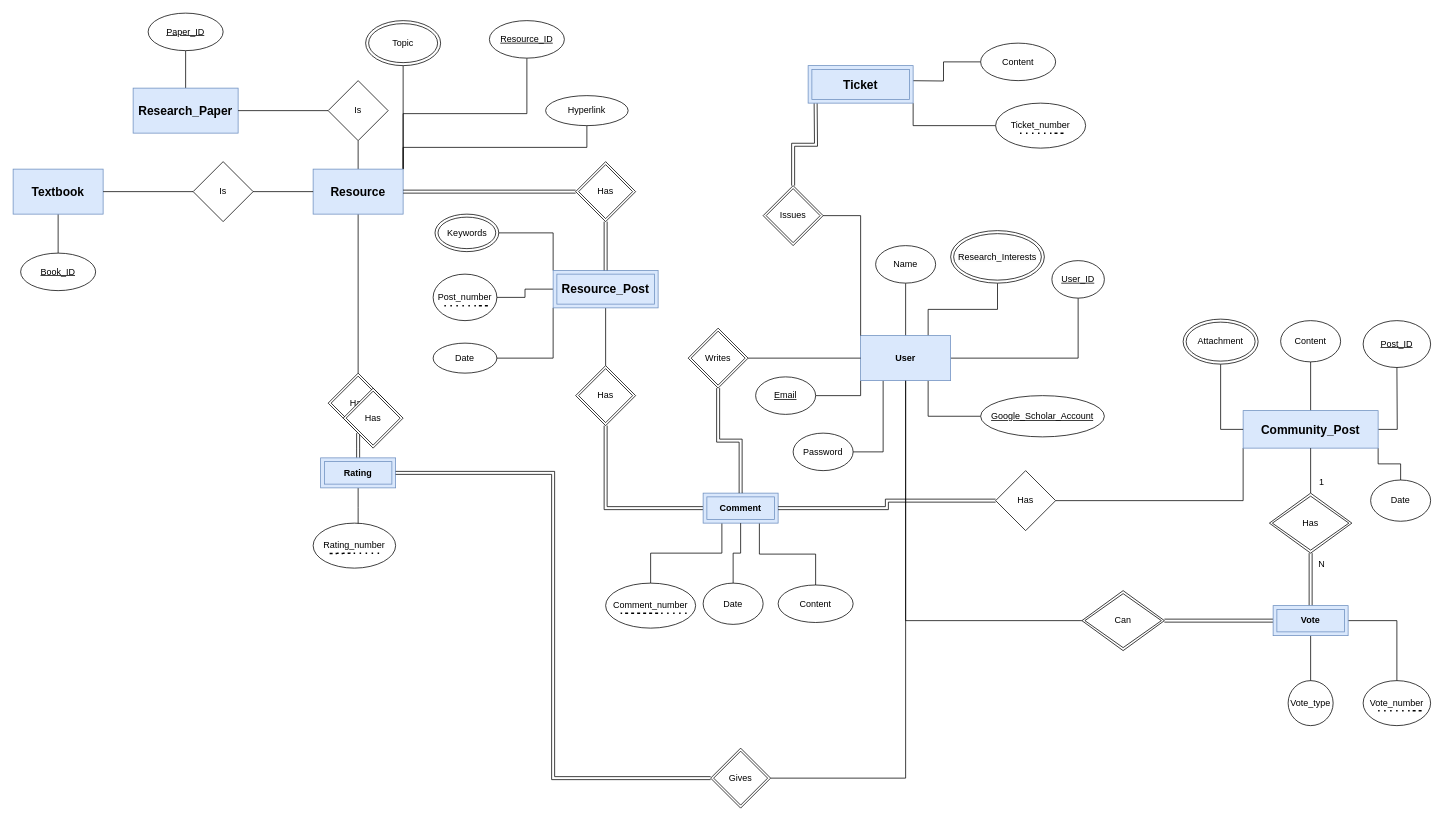
The draw.io diagram ER Diagram.drawio in muhammed-ayman/ScholarStack, before the edit. Source tidied: cells renumbered, new cells numbered last; positions are measured from the earlier drawing's top-left corner, leaving out a move shared by most shapes. Both pictures are drawn from the tidied source at 75%, with x=0, y=0 at pixel (13, 13).
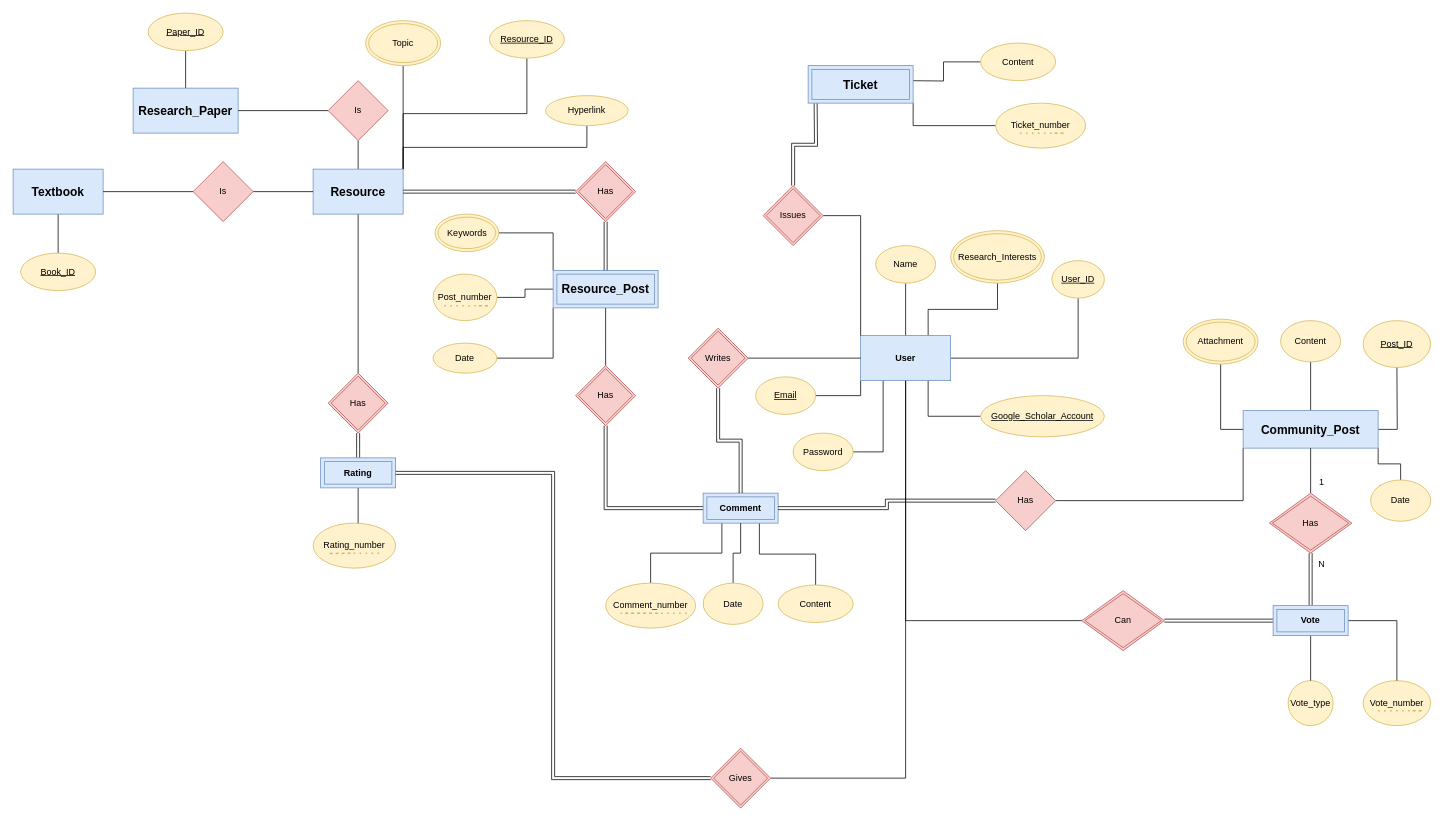
After the change.

Commit message:
added background colors to attributes and relationships

What changed in the source:
```diff
@@
-    <mxCell id="30" value="Vote_number" style="ellipse;whiteSpace=wrap;html=1;" parent="1" vertex="1">
+    <mxCell id="30" value="Vote_number" style="ellipse;whiteSpace=wrap;html=1;fillColor=#fff2cc;strokeColor=#d6b656;" parent="1" vertex="1">
       <mxGeometry x="1800" y="890" width="90" height="60" as="geometry" />
     </mxCell>
@@
-    <mxCell id="34" value="Has" style="shape=rhombus;double=1;perimeter=rhombusPerimeter;whiteSpace=wrap;html=1;align=center;" parent="1" vertex="1">
+    <mxCell id="34" value="Has" style="shape=rhombus;double=1;perimeter=rhombusPerimeter;whiteSpace=wrap;html=1;align=center;fillColor=#f8cecc;strokeColor=#b85450;" parent="1" vertex="1">
       <mxGeometry x="1675" y="640" width="110" height="80" as="geometry" />
     </mxCell>
-    <mxCell id="35" style="endArrow=none;dashed=1;html=1;dashPattern=1 3;strokeWidth=2;rounded=0;" parent="1" edge="1">
+    <mxCell id="35" style="endArrow=none;dashed=1;html=1;dashPattern=1 3;strokeWidth=2;rounded=0;fillColor=#fff2cc;strokeColor=#d6b656;" parent="1" edge="1">
       <mxGeometry relative="1" as="geometry">
         <mxPoint x="1820" y="930" as="sourcePoint" />
         <mxPoint x="1860" y="930" as="targetPoint" />
         <Array as="points">
           <mxPoint x="1880" y="930" />
         </Array>
       </mxGeometry>
     </mxCell>
-    <mxCell id="36" value="Vote_type" style="ellipse;whiteSpace=wrap;html=1;" parent="1" vertex="1">
+    <mxCell id="36" value="Vote_type" style="ellipse;whiteSpace=wrap;html=1;fillColor=#fff2cc;strokeColor=#d6b656;" parent="1" vertex="1">
       <mxGeometry x="1700" y="890" width="60" height="60" as="geometry" />
     </mxCell>
@@
-    <mxCell id="39" value="&lt;u&gt;User_ID&lt;/u&gt;" style="ellipse;whiteSpace=wrap;html=1;rounded=0;" parent="1" vertex="1">
+    <mxCell id="39" value="&lt;u&gt;User_ID&lt;/u&gt;" style="ellipse;whiteSpace=wrap;html=1;rounded=0;fillColor=#fff2cc;strokeColor=#d6b656;" parent="1" vertex="1">
       <mxGeometry x="1385" y="330" width="70" height="50" as="geometry" />
     </mxCell>
-    <mxCell id="40" value="Name" style="ellipse;whiteSpace=wrap;html=1;rounded=0;" parent="1" vertex="1">
+    <mxCell id="40" value="Name" style="ellipse;whiteSpace=wrap;html=1;rounded=0;fillColor=#fff2cc;strokeColor=#d6b656;" parent="1" vertex="1">
       <mxGeometry x="1150" y="310" width="80" height="50" as="geometry" />
     </mxCell>
-    <mxCell id="41" value="Google_Scholar_Account" style="ellipse;html=1;rounded=0;whiteSpace=wrap;fontStyle=4;" parent="1" vertex="1">
+    <mxCell id="41" value="Google_Scholar_Account" style="ellipse;html=1;rounded=0;whiteSpace=wrap;fontStyle=4;fillColor=#fff2cc;strokeColor=#d6b656;" parent="1" vertex="1">
       <mxGeometry x="1290" y="510" width="165" height="55" as="geometry" />
     </mxCell>
-    <mxCell id="42" value="&lt;span style=&quot;color: rgb(0, 0, 0); font-family: Helvetica; font-size: 12px; font-style: normal; font-variant-ligatures: normal; font-variant-caps: normal; font-weight: 400; letter-spacing: normal; orphans: 2; text-align: center; text-indent: 0px; text-transform: none; widows: 2; word-spacing: 0px; -webkit-text-stroke-width: 0px; background-color: rgb(251, 251, 251); text-decoration-thickness: initial; text-decoration-style: initial; text-decoration-color: initial; float: none; display: inline !important;&quot;&gt;Research_Interests&lt;/span&gt;" style="ellipse;shape=doubleEllipse;whiteSpace=wrap;html=1;" parent="1" vertex="1">
+    <mxCell id="42" value="&lt;span style=&quot;color: rgb(0, 0, 0); font-family: Helvetica; font-size: 12px; font-style: normal; font-variant-ligatures: normal; font-variant-caps: normal; font-weight: 400; letter-spacing: normal; orphans: 2; text-align: center; text-indent: 0px; text-transform: none; widows: 2; word-spacing: 0px; -webkit-text-stroke-width: 0px; text-decoration-thickness: initial; text-decoration-style: initial; text-decoration-color: initial; float: none; display: inline !important;&quot;&gt;Research_Interests&lt;/span&gt;" style="ellipse;shape=doubleEllipse;whiteSpace=wrap;html=1;fillColor=#fff2cc;strokeColor=#d6b656;labelBackgroundColor=none;" parent="1" vertex="1">
       <mxGeometry x="1250" y="290" width="125" height="70" as="geometry" />
     </mxCell>
-    <mxCell id="43" value="Can" style="shape=rhombus;double=1;perimeter=rhombusPerimeter;whiteSpace=wrap;html=1;align=center;" parent="1" vertex="1">
+    <mxCell id="43" value="Can" style="shape=rhombus;double=1;perimeter=rhombusPerimeter;whiteSpace=wrap;html=1;align=center;fillColor=#f8cecc;strokeColor=#b85450;" parent="1" vertex="1">
       <mxGeometry x="1425" y="770" width="110" height="80" as="geometry" />
     </mxCell>
-    <mxCell id="44" value="Content" style="ellipse;whiteSpace=wrap;html=1;rounded=0;" parent="1" vertex="1">
+    <mxCell id="44" value="Content" style="ellipse;whiteSpace=wrap;html=1;rounded=0;fillColor=#fff2cc;strokeColor=#d6b656;" parent="1" vertex="1">
       <mxGeometry x="1690" y="410" width="80" height="55" as="geometry" />
     </mxCell>
@@
-    <mxCell id="46" value="Is" style="rhombus;whiteSpace=wrap;html=1;" parent="1" vertex="1">
+    <mxCell id="46" value="Is" style="rhombus;whiteSpace=wrap;html=1;fillColor=#f8cecc;strokeColor=#b85450;" parent="1" vertex="1">
       <mxGeometry x="420" y="90" width="80" height="80" as="geometry" />
     </mxCell>
@@
-    <mxCell id="49" value="Is" style="rhombus;whiteSpace=wrap;html=1;" parent="1" vertex="1">
+    <mxCell id="49" value="Is" style="rhombus;whiteSpace=wrap;html=1;fillColor=#f8cecc;strokeColor=#b85450;" parent="1" vertex="1">
       <mxGeometry x="240" y="198" width="80" height="80" as="geometry" />
     </mxCell>
-    <mxCell id="50" value="Has" style="shape=rhombus;double=1;perimeter=rhombusPerimeter;whiteSpace=wrap;html=1;align=center;" parent="1" vertex="1">
+    <mxCell id="50" value="Has" style="shape=rhombus;double=1;perimeter=rhombusPerimeter;whiteSpace=wrap;html=1;align=center;fillColor=#f8cecc;strokeColor=#b85450;" parent="1" vertex="1">
       <mxGeometry x="420" y="480" width="80" height="80" as="geometry" />
     </mxCell>
@@
-    <mxCell id="60" value="Has" style="shape=rhombus;double=1;perimeter=rhombusPerimeter;whiteSpace=wrap;html=1;align=center;" parent="1" vertex="1">
+    <mxCell id="60" value="Has" style="shape=rhombus;double=1;perimeter=rhombusPerimeter;whiteSpace=wrap;html=1;align=center;fillColor=#f8cecc;strokeColor=#b85450;" parent="1" vertex="1">
       <mxGeometry x="750" y="198" width="80" height="80" as="geometry" />
     </mxCell>
@@
-    <mxCell id="62" value="Has" style="shape=rhombus;double=1;perimeter=rhombusPerimeter;whiteSpace=wrap;html=1;align=center;" parent="1" vertex="1">
+    <mxCell id="62" value="Has" style="shape=rhombus;double=1;perimeter=rhombusPerimeter;whiteSpace=wrap;html=1;align=center;fillColor=#f8cecc;strokeColor=#b85450;" parent="1" vertex="1">
       <mxGeometry x="750" y="470" width="80" height="80" as="geometry" />
     </mxCell>
@@
-    <mxCell id="68" value="Writes" style="shape=rhombus;double=1;perimeter=rhombusPerimeter;whiteSpace=wrap;html=1;align=center;" parent="1" vertex="1">
+    <mxCell id="68" value="Writes" style="shape=rhombus;double=1;perimeter=rhombusPerimeter;whiteSpace=wrap;html=1;align=center;fillColor=#f8cecc;strokeColor=#b85450;" parent="1" vertex="1">
       <mxGeometry x="900" y="420" width="80" height="80" as="geometry" />
     </mxCell>
@@
-    <mxCell id="71" value="Issues" style="shape=rhombus;double=1;perimeter=rhombusPerimeter;whiteSpace=wrap;html=1;align=center;" parent="1" vertex="1">
+    <mxCell id="71" value="Issues" style="shape=rhombus;double=1;perimeter=rhombusPerimeter;whiteSpace=wrap;html=1;align=center;fillColor=#f8cecc;strokeColor=#b85450;" parent="1" vertex="1">
       <mxGeometry x="1000" y="230" width="80" height="80" as="geometry" />
     </mxCell>
@@
-    <mxCell id="73" value="Attachment" style="ellipse;shape=doubleEllipse;whiteSpace=wrap;html=1;" parent="1" vertex="1">
+    <mxCell id="73" value="Attachment" style="ellipse;shape=doubleEllipse;whiteSpace=wrap;html=1;fillColor=#fff2cc;strokeColor=#d6b656;" parent="1" vertex="1">
       <mxGeometry x="1560" y="408" width="100" height="60" as="geometry" />
     </mxCell>
-    <mxCell id="74" value="Post_ID" style="ellipse;whiteSpace=wrap;html=1;fontStyle=4;" parent="1" vertex="1">
+    <mxCell id="74" value="Post_ID" style="ellipse;whiteSpace=wrap;html=1;fontStyle=4;fillColor=#fff2cc;strokeColor=#d6b656;" parent="1" vertex="1">
       <mxGeometry x="1800" y="410" width="90" height="62.5" as="geometry" />
     </mxCell>
-    <mxCell id="75" value="Email" style="ellipse;whiteSpace=wrap;html=1;fontStyle=4;" parent="1" vertex="1">
+    <mxCell id="75" value="Email" style="ellipse;whiteSpace=wrap;html=1;fontStyle=4;fillColor=#fff2cc;strokeColor=#d6b656;" parent="1" vertex="1">
       <mxGeometry x="990" y="485" width="80" height="50" as="geometry" />
     </mxCell>
-    <mxCell id="76" value="Password" style="ellipse;whiteSpace=wrap;html=1;" parent="1" vertex="1">
+    <mxCell id="76" value="Password" style="ellipse;whiteSpace=wrap;html=1;fillColor=#fff2cc;strokeColor=#d6b656;" parent="1" vertex="1">
       <mxGeometry x="1040" y="560" width="80" height="50" as="geometry" />
     </mxCell>
-    <mxCell id="77" value="Content" style="ellipse;whiteSpace=wrap;html=1;" parent="1" vertex="1">
+    <mxCell id="77" value="Content" style="ellipse;whiteSpace=wrap;html=1;fillColor=#fff2cc;strokeColor=#d6b656;" parent="1" vertex="1">
       <mxGeometry x="1290" y="40" width="100" height="50" as="geometry" />
     </mxCell>
-    <mxCell id="78" value="Content" style="ellipse;whiteSpace=wrap;html=1;" parent="1" vertex="1">
+    <mxCell id="78" value="Content" style="ellipse;whiteSpace=wrap;html=1;fillColor=#fff2cc;strokeColor=#d6b656;" parent="1" vertex="1">
       <mxGeometry x="1020" y="762.5" width="100" height="50" as="geometry" />
     </mxCell>
-    <mxCell id="79" value="Date" style="ellipse;whiteSpace=wrap;html=1;" parent="1" vertex="1">
+    <mxCell id="79" value="Date" style="ellipse;whiteSpace=wrap;html=1;fillColor=#fff2cc;strokeColor=#d6b656;" parent="1" vertex="1">
       <mxGeometry x="560" y="440" width="85" height="40" as="geometry" />
     </mxCell>
-    <mxCell id="80" value="Keywords" style="ellipse;shape=doubleEllipse;whiteSpace=wrap;html=1;" parent="1" vertex="1">
+    <mxCell id="80" value="Keywords" style="ellipse;shape=doubleEllipse;whiteSpace=wrap;html=1;fillColor=#fff2cc;strokeColor=#d6b656;" parent="1" vertex="1">
       <mxGeometry x="562.5" y="268" width="85" height="50" as="geometry" />
     </mxCell>
-    <mxCell id="81" value="Hyperlink" style="ellipse;whiteSpace=wrap;html=1;" parent="1" vertex="1">
+    <mxCell id="81" value="Hyperlink" style="ellipse;whiteSpace=wrap;html=1;fillColor=#fff2cc;strokeColor=#d6b656;" parent="1" vertex="1">
       <mxGeometry x="710" y="110" width="110" height="40" as="geometry" />
     </mxCell>
-    <mxCell id="82" value="Topic" style="ellipse;shape=doubleEllipse;whiteSpace=wrap;html=1;" parent="1" vertex="1">
+    <mxCell id="82" value="Topic" style="ellipse;shape=doubleEllipse;whiteSpace=wrap;html=1;fillColor=#fff2cc;strokeColor=#d6b656;" parent="1" vertex="1">
       <mxGeometry x="470" y="10" width="100" height="60" as="geometry" />
     </mxCell>
-    <mxCell id="83" value="Paper_ID" style="ellipse;whiteSpace=wrap;html=1;fontStyle=4;" parent="1" vertex="1">
+    <mxCell id="83" value="Paper_ID" style="ellipse;whiteSpace=wrap;html=1;fontStyle=4;fillColor=#fff2cc;strokeColor=#d6b656;" parent="1" vertex="1">
       <mxGeometry x="180" width="100" height="50" as="geometry" />
     </mxCell>
-    <mxCell id="84" value="Book_ID" style="ellipse;whiteSpace=wrap;html=1;fontStyle=4;" parent="1" vertex="1">
+    <mxCell id="84" value="Book_ID" style="ellipse;whiteSpace=wrap;html=1;fontStyle=4;fillColor=#fff2cc;strokeColor=#d6b656;" parent="1" vertex="1">
       <mxGeometry x="10" y="320" width="100" height="50" as="geometry" />
     </mxCell>
-    <mxCell id="85" value="Resource_ID" style="ellipse;whiteSpace=wrap;html=1;fontStyle=4;" parent="1" vertex="1">
+    <mxCell id="85" value="Resource_ID" style="ellipse;whiteSpace=wrap;html=1;fontStyle=4;fillColor=#fff2cc;strokeColor=#d6b656;" parent="1" vertex="1">
       <mxGeometry x="635" y="10" width="100" height="50" as="geometry" />
     </mxCell>
-    <mxCell id="86" value="Comment_number" style="ellipse;whiteSpace=wrap;html=1;" parent="1" vertex="1">
+    <mxCell id="86" value="Comment_number" style="ellipse;whiteSpace=wrap;html=1;fillColor=#fff2cc;strokeColor=#d6b656;" parent="1" vertex="1">
       <mxGeometry x="790" y="760" width="120" height="60" as="geometry" />
     </mxCell>
-    <mxCell id="87" style="endArrow=none;dashed=1;html=1;dashPattern=1 3;strokeWidth=2;rounded=0;" parent="1" edge="1">
+    <mxCell id="87" style="endArrow=none;dashed=1;html=1;dashPattern=1 3;strokeWidth=2;rounded=0;fillColor=#fff2cc;strokeColor=#d6b656;" parent="1" edge="1">
       <mxGeometry relative="1" as="geometry">
         <mxPoint x="860" y="800" as="sourcePoint" />
         <mxPoint x="900" y="800" as="targetPoint" />
         <Array as="points">
           <mxPoint x="810" y="800" />
         </Array>
       </mxGeometry>
     </mxCell>
-    <mxCell id="88" value="Rating_number" style="ellipse;whiteSpace=wrap;html=1;" parent="1" vertex="1">
+    <mxCell id="88" value="Rating_number" style="ellipse;whiteSpace=wrap;html=1;fillColor=#fff2cc;strokeColor=#d6b656;" parent="1" vertex="1">
       <mxGeometry x="400" y="680" width="110" height="60" as="geometry" />
     </mxCell>
-    <mxCell id="89" style="endArrow=none;dashed=1;html=1;dashPattern=1 3;strokeWidth=2;rounded=0;" parent="1" edge="1">
+    <mxCell id="89" style="endArrow=none;dashed=1;html=1;dashPattern=1 3;strokeWidth=2;rounded=0;fillColor=#fff2cc;strokeColor=#d6b656;" parent="1" edge="1">
       <mxGeometry relative="1" as="geometry">
         <mxPoint x="450" y="720" as="sourcePoint" />
         <mxPoint x="490" y="720" as="targetPoint" />
         <Array as="points">
           <mxPoint x="420" y="720.5" />
         </Array>
       </mxGeometry>
     </mxCell>
-    <mxCell id="90" value="Has" style="rhombus;whiteSpace=wrap;html=1;" parent="1" vertex="1">
+    <mxCell id="90" value="Has" style="rhombus;whiteSpace=wrap;html=1;fillColor=#f8cecc;strokeColor=#b85450;" parent="1" vertex="1">
       <mxGeometry x="1310" y="610" width="80" height="80" as="geometry" />
     </mxCell>
@@
-    <mxCell id="92" value="Date" style="ellipse;whiteSpace=wrap;html=1;rounded=0;" parent="1" vertex="1">
+    <mxCell id="92" value="Date" style="ellipse;whiteSpace=wrap;html=1;rounded=0;fillColor=#fff2cc;strokeColor=#d6b656;" parent="1" vertex="1">
       <mxGeometry x="1810" y="622.5" width="80" height="55" as="geometry" />
     </mxCell>
@@
-    <mxCell id="95" value="Date" style="ellipse;whiteSpace=wrap;html=1;rounded=0;" parent="1" vertex="1">
+    <mxCell id="95" value="Date" style="ellipse;whiteSpace=wrap;html=1;rounded=0;fillColor=#fff2cc;strokeColor=#d6b656;" parent="1" vertex="1">
       <mxGeometry x="920" y="760" width="80" height="55" as="geometry" />
     </mxCell>
-    <mxCell id="96" value="Ticket_number" style="ellipse;whiteSpace=wrap;html=1;" parent="1" vertex="1">
+    <mxCell id="96" value="Ticket_number" style="ellipse;whiteSpace=wrap;html=1;fillColor=#fff2cc;strokeColor=#d6b656;" parent="1" vertex="1">
       <mxGeometry x="1310" y="120" width="120" height="60" as="geometry" />
     </mxCell>
-    <mxCell id="97" style="endArrow=none;dashed=1;html=1;dashPattern=1 3;strokeWidth=2;rounded=0;" parent="1" edge="1">
+    <mxCell id="97" style="endArrow=none;dashed=1;html=1;dashPattern=1 3;strokeWidth=2;rounded=0;fillColor=#fff2cc;strokeColor=#d6b656;" parent="1" edge="1">
       <mxGeometry relative="1" as="geometry">
         <mxPoint x="1342.5" y="160" as="sourcePoint" />
         <mxPoint x="1382.5" y="160" as="targetPoint" />
         <Array as="points">
           <mxPoint x="1402.5" y="160" />
         </Array>
       </mxGeometry>
     </mxCell>
-    <mxCell id="98" style="endArrow=none;dashed=1;html=1;dashPattern=1 3;strokeWidth=2;rounded=0;" parent="1" edge="1">
+    <mxCell id="98" style="endArrow=none;dashed=1;html=1;dashPattern=1 3;strokeWidth=2;rounded=0;fillColor=#fff2cc;strokeColor=#d6b656;" parent="1" edge="1">
       <mxGeometry relative="1" as="geometry">
         <mxPoint x="575" y="380" as="sourcePoint" />
         <mxPoint x="615" y="380" as="targetPoint" />
         <Array as="points">
           <mxPoint x="635" y="380" />
         </Array>
       </mxGeometry>
     </mxCell>
-    <mxCell id="99" value="Post_number" style="ellipse;whiteSpace=wrap;html=1;" parent="1" vertex="1">
+    <mxCell id="99" value="Post_number" style="ellipse;whiteSpace=wrap;html=1;fillColor=#fff2cc;strokeColor=#d6b656;" parent="1" vertex="1">
       <mxGeometry x="560" y="348" width="85" height="62" as="geometry" />
     </mxCell>
-    <mxCell id="100" style="endArrow=none;dashed=1;html=1;dashPattern=1 3;strokeWidth=2;rounded=0;" parent="1" edge="1">
+    <mxCell id="100" style="endArrow=none;dashed=1;html=1;dashPattern=1 3;strokeWidth=2;rounded=0;fillColor=#fff2cc;strokeColor=#d6b656;" parent="1" edge="1">
       <mxGeometry relative="1" as="geometry">
         <mxPoint x="575" y="390" as="sourcePoint" />
         <mxPoint x="615" y="390" as="targetPoint" />
         <Array as="points">
           <mxPoint x="635" y="390" />
         </Array>
       </mxGeometry>
     </mxCell>
@@
-    <mxCell id="102" value="Gives" style="shape=rhombus;double=1;perimeter=rhombusPerimeter;whiteSpace=wrap;html=1;align=center;" parent="1" vertex="1">
+    <mxCell id="102" value="Gives" style="shape=rhombus;double=1;perimeter=rhombusPerimeter;whiteSpace=wrap;html=1;align=center;fillColor=#f8cecc;strokeColor=#b85450;" parent="1" vertex="1">
       <mxGeometry x="930" y="980" width="80" height="80" as="geometry" />
     </mxCell>
@@
-    <mxCell id="104" value="Has" style="shape=rhombus;double=1;perimeter=rhombusPerimeter;whiteSpace=wrap;html=1;align=center;" parent="1" vertex="1">
-      <mxGeometry x="440" y="500" width="80" height="80" as="geometry" />
-    </mxCell>
```
